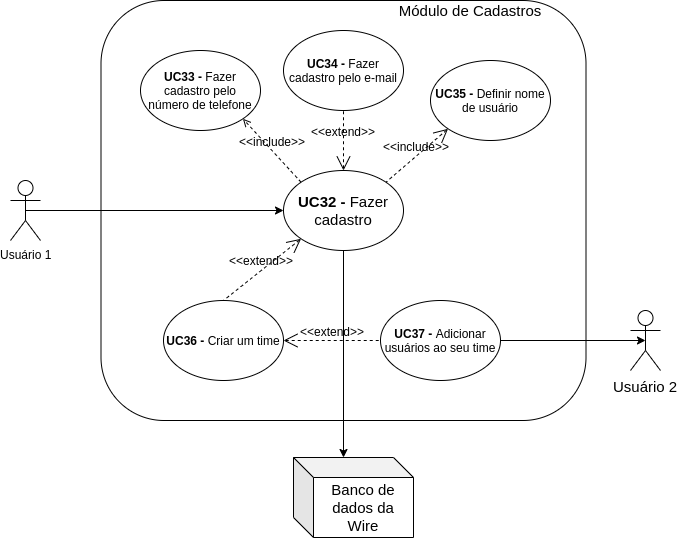
The draw.io diagram docs/docs/assets/img/modeling/uc_diagrams/UserCasesDiagram_Wire_Cadastros.png in Requisitos-de-Software/2019.2-Wire, before a commit. Source tidied: cells renumbered, new cells last; positions are measured from the earlier drawing's top-left corner, leaving out a move shared by most shapes. Source of this version:
```xml
<mxGraphModel>
  <root>
    <mxCell id="0" />
    <mxCell id="1" parent="0" />
    <mxCell id="2" style="rounded=1;whiteSpace=wrap;html=1;fontSize=12;" parent="1" vertex="1">
      <mxGeometry x="90.5" width="485" height="420" as="geometry" />
    </mxCell>
    <mxCell id="3" value="&lt;font style=&quot;font-size: 15px&quot;&gt;Módulo de Cadastros&lt;/font&gt;" style="text;html=1;strokeColor=none;fillColor=none;align=center;verticalAlign=middle;whiteSpace=wrap;rounded=0;fontSize=12;" parent="1" vertex="1">
      <mxGeometry x="364" width="190" height="20" as="geometry" />
    </mxCell>
    <mxCell id="4" value="Usuário 1" style="shape=umlActor;verticalLabelPosition=bottom;labelBackgroundColor=#ffffff;verticalAlign=top;html=1;outlineConnect=0;fontSize=12;" parent="1" vertex="1">
      <mxGeometry y="180" width="30" height="60" as="geometry" />
    </mxCell>
    <mxCell id="5" style="edgeStyle=orthogonalEdgeStyle;rounded=0;jettySize=auto;html=1;exitX=0;exitY=0.5;exitDx=0;exitDy=0;entryX=0.5;entryY=0.5;entryDx=0;entryDy=0;entryPerimeter=0;startArrow=classic;startFill=1;endArrow=none;endFill=0;fontSize=15;" parent="1" edge="1" source="6" target="4">
      <mxGeometry relative="1" as="geometry" />
    </mxCell>
    <mxCell id="6" value="&lt;font style=&quot;font-size: 15px&quot;&gt;&lt;b&gt;UC32 -&amp;nbsp;&lt;/b&gt;Fazer cadastro&lt;/font&gt;" style="ellipse;whiteSpace=wrap;html=1;fontSize=12;" parent="1" vertex="1">
      <mxGeometry x="273" y="170" width="120" height="80" as="geometry" />
    </mxCell>
    <mxCell id="7" value="&amp;lt;&amp;lt;include&amp;gt;&amp;gt;" style="edgeStyle=none;html=1;endArrow=open;verticalAlign=bottom;dashed=1;labelBackgroundColor=none;fontSize=12;exitX=0;exitY=0;exitDx=0;exitDy=0;entryX=1;entryY=1;entryDx=0;entryDy=0;" parent="1" edge="1" source="6" target="8">
      <mxGeometry relative="1" as="geometry" />
    </mxCell>
    <mxCell id="8" value="&lt;font style=&quot;font-size: 12px&quot;&gt;&lt;b style=&quot;font-size: 12px&quot;&gt;UC33 -&amp;nbsp;&lt;/b&gt;Fazer cadastro pelo número de telefone&lt;/font&gt;" style="ellipse;whiteSpace=wrap;html=1;fontSize=12;" parent="1" vertex="1">
      <mxGeometry x="130" y="50" width="120" height="80" as="geometry" />
    </mxCell>
    <mxCell id="9" value="&amp;lt;&amp;lt;extend&amp;gt;&amp;gt;" style="edgeStyle=none;html=1;startArrow=open;endArrow=none;startSize=12;verticalAlign=bottom;dashed=1;labelBackgroundColor=none;fontSize=12;exitX=0;exitY=1;exitDx=0;exitDy=0;entryX=0.5;entryY=0;entryDx=0;entryDy=0;" parent="1" edge="1" source="6" target="10">
      <mxGeometry relative="1" as="geometry" />
    </mxCell>
    <mxCell id="10" value="&lt;font style=&quot;font-size: 12px&quot;&gt;&lt;b style=&quot;font-size: 12px&quot;&gt;UC36 -&amp;nbsp;&lt;/b&gt;Criar um time&lt;/font&gt;" style="ellipse;whiteSpace=wrap;html=1;fontSize=12;" parent="1" vertex="1">
      <mxGeometry x="153" y="300" width="120" height="80" as="geometry" />
    </mxCell>
    <mxCell id="11" value="&amp;lt;&amp;lt;include&amp;gt;&amp;gt;" style="edgeStyle=none;html=1;startArrow=open;endArrow=none;startSize=12;verticalAlign=bottom;dashed=1;labelBackgroundColor=none;fontSize=12;exitX=0;exitY=1;exitDx=0;exitDy=0;entryX=1;entryY=0;entryDx=0;entryDy=0;" parent="1" edge="1" source="12" target="6">
      <mxGeometry relative="1" as="geometry" />
    </mxCell>
    <mxCell id="12" value="&lt;font style=&quot;font-size: 12px&quot;&gt;&lt;b style=&quot;font-size: 12px&quot;&gt;UC35 -&amp;nbsp;&lt;/b&gt;Definir nome de usuário&lt;/font&gt;" style="ellipse;whiteSpace=wrap;html=1;fontSize=12;" parent="1" vertex="1">
      <mxGeometry x="420" y="60" width="120" height="80" as="geometry" />
    </mxCell>
    <mxCell id="13" value="&amp;lt;&amp;lt;extend&amp;gt;&amp;gt;" style="edgeStyle=none;html=1;startArrow=open;endArrow=none;startSize=12;verticalAlign=bottom;dashed=1;labelBackgroundColor=none;fontSize=12;entryX=0.5;entryY=1;entryDx=0;entryDy=0;" parent="1" edge="1" source="6" target="14">
      <mxGeometry relative="1" as="geometry" />
    </mxCell>
    <mxCell id="14" value="&lt;font style=&quot;font-size: 12px&quot;&gt;&lt;b&gt;UC34 -&amp;nbsp;&lt;/b&gt;Fazer cadastro pelo e-mail&lt;/font&gt;" style="ellipse;whiteSpace=wrap;html=1;fontSize=12;" parent="1" vertex="1">
      <mxGeometry x="273" y="30" width="120" height="80" as="geometry" />
    </mxCell>
    <mxCell id="15" value="&lt;font style=&quot;font-size: 12px&quot;&gt;&lt;b style=&quot;font-size: 12px&quot;&gt;UC37 -&amp;nbsp;&lt;/b&gt;Adicionar usuários ao seu time&lt;/font&gt;" style="ellipse;whiteSpace=wrap;html=1;fontSize=12;" parent="1" vertex="1">
      <mxGeometry x="370" y="300" width="120" height="80" as="geometry" />
    </mxCell>
    <mxCell id="16" value="&amp;lt;&amp;lt;extend&amp;gt;&amp;gt;" style="edgeStyle=none;html=1;startArrow=open;endArrow=none;startSize=12;verticalAlign=bottom;dashed=1;labelBackgroundColor=none;fontSize=12;exitX=1;exitY=0.5;exitDx=0;exitDy=0;entryX=0;entryY=0.5;entryDx=0;entryDy=0;" parent="1" edge="1" source="10" target="15">
      <mxGeometry relative="1" as="geometry" />
    </mxCell>
    <mxCell id="17" style="edgeStyle=orthogonalEdgeStyle;rounded=0;jettySize=auto;html=1;exitX=0.5;exitY=0.5;exitDx=0;exitDy=0;exitPerimeter=0;startArrow=classic;startFill=1;endArrow=none;endFill=0;fontSize=15;" parent="1" edge="1" source="18" target="15">
      <mxGeometry relative="1" as="geometry" />
    </mxCell>
    <mxCell id="18" value="Usuário 2" style="shape=umlActor;verticalLabelPosition=bottom;labelBackgroundColor=#ffffff;verticalAlign=top;html=1;outlineConnect=0;fontSize=15;" parent="1" vertex="1">
      <mxGeometry x="620" y="310" width="30" height="60" as="geometry" />
    </mxCell>
    <mxCell id="19" style="edgeStyle=orthogonalEdgeStyle;rounded=0;jettySize=auto;html=1;exitX=0;exitY=0;exitDx=50;exitDy=0;exitPerimeter=0;entryX=0.5;entryY=1;entryDx=0;entryDy=0;startArrow=classic;startFill=1;endArrow=none;endFill=0;fontSize=15;" parent="1" edge="1" source="20" target="6">
      <mxGeometry relative="1" as="geometry" />
    </mxCell>
    <mxCell id="20" value="Banco de dados da Wire" style="shape=cube;whiteSpace=wrap;html=1;boundedLbl=1;backgroundOutline=1;darkOpacity=0.05;darkOpacity2=0.1;fontSize=15;" parent="1" vertex="1">
      <mxGeometry x="283" y="457" width="120" height="80" as="geometry" />
    </mxCell>
  </root>
</mxGraphModel>
```
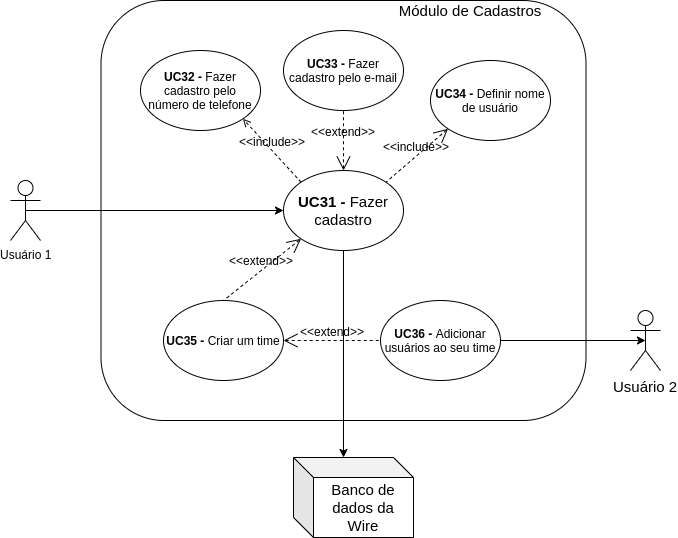
After the change.

Commit message:
Update user cases document

What changed in the source:
```diff
@@ -14,34 +14,34 @@
     <mxCell id="5" style="edgeStyle=orthogonalEdgeStyle;rounded=0;jettySize=auto;html=1;exitX=0;exitY=0.5;exitDx=0;exitDy=0;entryX=0.5;entryY=0.5;entryDx=0;entryDy=0;entryPerimeter=0;startArrow=classic;startFill=1;endArrow=none;endFill=0;fontSize=15;" parent="1" edge="1" source="6" target="4">
       <mxGeometry relative="1" as="geometry" />
     </mxCell>
-    <mxCell id="6" value="&lt;font style=&quot;font-size: 15px&quot;&gt;&lt;b&gt;UC32 -&amp;nbsp;&lt;/b&gt;Fazer cadastro&lt;/font&gt;" style="ellipse;whiteSpace=wrap;html=1;fontSize=12;" parent="1" vertex="1">
+    <mxCell id="6" value="&lt;font style=&quot;font-size: 15px&quot;&gt;&lt;b&gt;UC31 -&amp;nbsp;&lt;/b&gt;Fazer cadastro&lt;/font&gt;" style="ellipse;whiteSpace=wrap;html=1;fontSize=12;" parent="1" vertex="1">
       <mxGeometry x="273" y="170" width="120" height="80" as="geometry" />
     </mxCell>
     <mxCell id="7" value="&amp;lt;&amp;lt;include&amp;gt;&amp;gt;" style="edgeStyle=none;html=1;endArrow=open;verticalAlign=bottom;dashed=1;labelBackgroundColor=none;fontSize=12;exitX=0;exitY=0;exitDx=0;exitDy=0;entryX=1;entryY=1;entryDx=0;entryDy=0;" parent="1" edge="1" source="6" target="8">
       <mxGeometry relative="1" as="geometry" />
     </mxCell>
-    <mxCell id="8" value="&lt;font style=&quot;font-size: 12px&quot;&gt;&lt;b style=&quot;font-size: 12px&quot;&gt;UC33 -&amp;nbsp;&lt;/b&gt;Fazer cadastro pelo número de telefone&lt;/font&gt;" style="ellipse;whiteSpace=wrap;html=1;fontSize=12;" parent="1" vertex="1">
+    <mxCell id="8" value="&lt;font style=&quot;font-size: 12px&quot;&gt;&lt;b style=&quot;font-size: 12px&quot;&gt;UC32 -&amp;nbsp;&lt;/b&gt;Fazer cadastro pelo número de telefone&lt;/font&gt;" style="ellipse;whiteSpace=wrap;html=1;fontSize=12;" parent="1" vertex="1">
       <mxGeometry x="130" y="50" width="120" height="80" as="geometry" />
     </mxCell>
     <mxCell id="9" value="&amp;lt;&amp;lt;extend&amp;gt;&amp;gt;" style="edgeStyle=none;html=1;startArrow=open;endArrow=none;startSize=12;verticalAlign=bottom;dashed=1;labelBackgroundColor=none;fontSize=12;exitX=0;exitY=1;exitDx=0;exitDy=0;entryX=0.5;entryY=0;entryDx=0;entryDy=0;" parent="1" edge="1" source="6" target="10">
       <mxGeometry relative="1" as="geometry" />
     </mxCell>
-    <mxCell id="10" value="&lt;font style=&quot;font-size: 12px&quot;&gt;&lt;b style=&quot;font-size: 12px&quot;&gt;UC36 -&amp;nbsp;&lt;/b&gt;Criar um time&lt;/font&gt;" style="ellipse;whiteSpace=wrap;html=1;fontSize=12;" parent="1" vertex="1">
+    <mxCell id="10" value="&lt;font style=&quot;font-size: 12px&quot;&gt;&lt;b style=&quot;font-size: 12px&quot;&gt;UC35 -&amp;nbsp;&lt;/b&gt;Criar um time&lt;/font&gt;" style="ellipse;whiteSpace=wrap;html=1;fontSize=12;" parent="1" vertex="1">
       <mxGeometry x="153" y="300" width="120" height="80" as="geometry" />
     </mxCell>
     <mxCell id="11" value="&amp;lt;&amp;lt;include&amp;gt;&amp;gt;" style="edgeStyle=none;html=1;startArrow=open;endArrow=none;startSize=12;verticalAlign=bottom;dashed=1;labelBackgroundColor=none;fontSize=12;exitX=0;exitY=1;exitDx=0;exitDy=0;entryX=1;entryY=0;entryDx=0;entryDy=0;" parent="1" edge="1" source="12" target="6">
       <mxGeometry relative="1" as="geometry" />
     </mxCell>
-    <mxCell id="12" value="&lt;font style=&quot;font-size: 12px&quot;&gt;&lt;b style=&quot;font-size: 12px&quot;&gt;UC35 -&amp;nbsp;&lt;/b&gt;Definir nome de usuário&lt;/font&gt;" style="ellipse;whiteSpace=wrap;html=1;fontSize=12;" parent="1" vertex="1">
+    <mxCell id="12" value="&lt;font style=&quot;font-size: 12px&quot;&gt;&lt;b style=&quot;font-size: 12px&quot;&gt;UC34 -&amp;nbsp;&lt;/b&gt;Definir nome de usuário&lt;/font&gt;" style="ellipse;whiteSpace=wrap;html=1;fontSize=12;" parent="1" vertex="1">
       <mxGeometry x="420" y="60" width="120" height="80" as="geometry" />
     </mxCell>
     <mxCell id="13" value="&amp;lt;&amp;lt;extend&amp;gt;&amp;gt;" style="edgeStyle=none;html=1;startArrow=open;endArrow=none;startSize=12;verticalAlign=bottom;dashed=1;labelBackgroundColor=none;fontSize=12;entryX=0.5;entryY=1;entryDx=0;entryDy=0;" parent="1" edge="1" source="6" target="14">
       <mxGeometry relative="1" as="geometry" />
     </mxCell>
-    <mxCell id="14" value="&lt;font style=&quot;font-size: 12px&quot;&gt;&lt;b&gt;UC34 -&amp;nbsp;&lt;/b&gt;Fazer cadastro pelo e-mail&lt;/font&gt;" style="ellipse;whiteSpace=wrap;html=1;fontSize=12;" parent="1" vertex="1">
+    <mxCell id="14" value="&lt;font style=&quot;font-size: 12px&quot;&gt;&lt;b&gt;UC33 -&amp;nbsp;&lt;/b&gt;Fazer cadastro pelo e-mail&lt;/font&gt;" style="ellipse;whiteSpace=wrap;html=1;fontSize=12;" parent="1" vertex="1">
       <mxGeometry x="273" y="30" width="120" height="80" as="geometry" />
     </mxCell>
-    <mxCell id="15" value="&lt;font style=&quot;font-size: 12px&quot;&gt;&lt;b style=&quot;font-size: 12px&quot;&gt;UC37 -&amp;nbsp;&lt;/b&gt;Adicionar usuários ao seu time&lt;/font&gt;" style="ellipse;whiteSpace=wrap;html=1;fontSize=12;" parent="1" vertex="1">
+    <mxCell id="15" value="&lt;font style=&quot;font-size: 12px&quot;&gt;&lt;b style=&quot;font-size: 12px&quot;&gt;UC36 -&amp;nbsp;&lt;/b&gt;Adicionar usuários ao seu time&lt;/font&gt;" style="ellipse;whiteSpace=wrap;html=1;fontSize=12;" parent="1" vertex="1">
       <mxGeometry x="370" y="300" width="120" height="80" as="geometry" />
     </mxCell>
     <mxCell id="16" value="&amp;lt;&amp;lt;extend&amp;gt;&amp;gt;" style="edgeStyle=none;html=1;startArrow=open;endArrow=none;startSize=12;verticalAlign=bottom;dashed=1;labelBackgroundColor=none;fontSize=12;exitX=1;exitY=0.5;exitDx=0;exitDy=0;entryX=0;entryY=0.5;entryDx=0;entryDy=0;" parent="1" edge="1" source="10" target="15">
```
